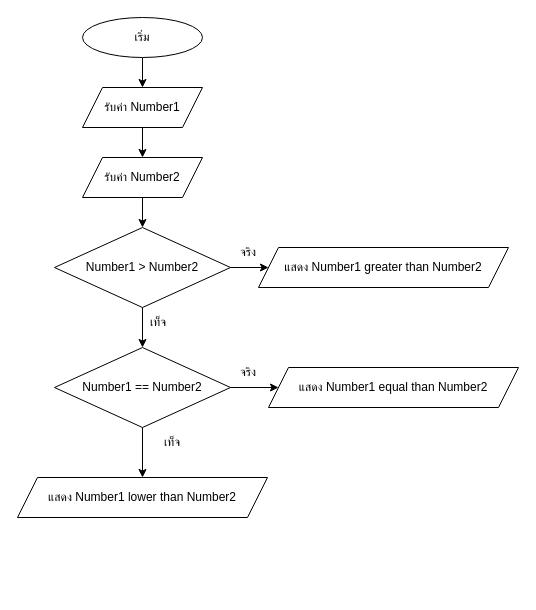
bbnyk/ENGCE117 keeps this draw.io diagram as HW/HW05/HW05-4/HW05-4.drawio. Above is the earlier version. Source tidied: cells renumbered, new cells numbered last; positions are measured from the earlier drawing's top-left corner, leaving out a move shared by most shapes. Both pictures are drawn from the tidied source at 100%, with x=0, y=0 at pixel (17, 17).
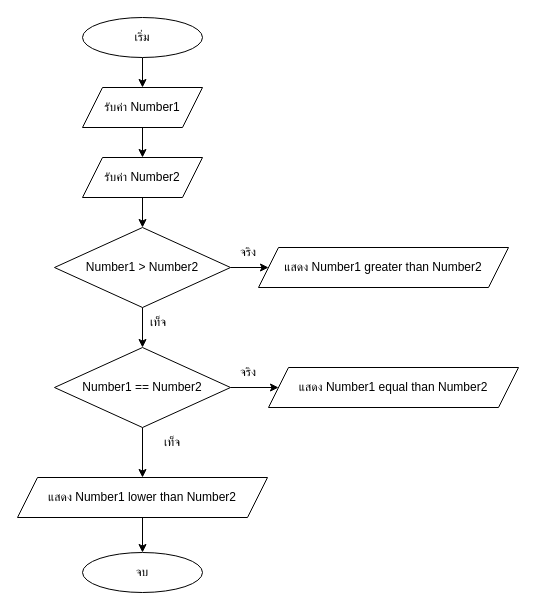
The same page after the edit.

The change refers to these unchanged cells:
```xml
<mxCell id="16" value="แสดง&amp;nbsp;Number1 lower than Number2" style="shape=parallelogram;perimeter=parallelogramPerimeter;whiteSpace=wrap;html=1;fixedSize=1;" parent="1" vertex="1">
  <mxGeometry y="460" width="250" height="40" as="geometry" />
</mxCell>
```

Diff of the diagram source:
```diff
@@
+    <mxCell id="21" style="edgeStyle=orthogonalEdgeStyle;rounded=0;jettySize=auto;html=1;" parent="1" edge="1" source="16" target="22">
+      <mxGeometry relative="1" as="geometry" />
+    </mxCell>
@@
+    <mxCell id="22" value="จบ" style="ellipse;whiteSpace=wrap;html=1;" parent="1" vertex="1">
+      <mxGeometry x="65" y="535" width="120" height="40" as="geometry" />
+    </mxCell>
```
